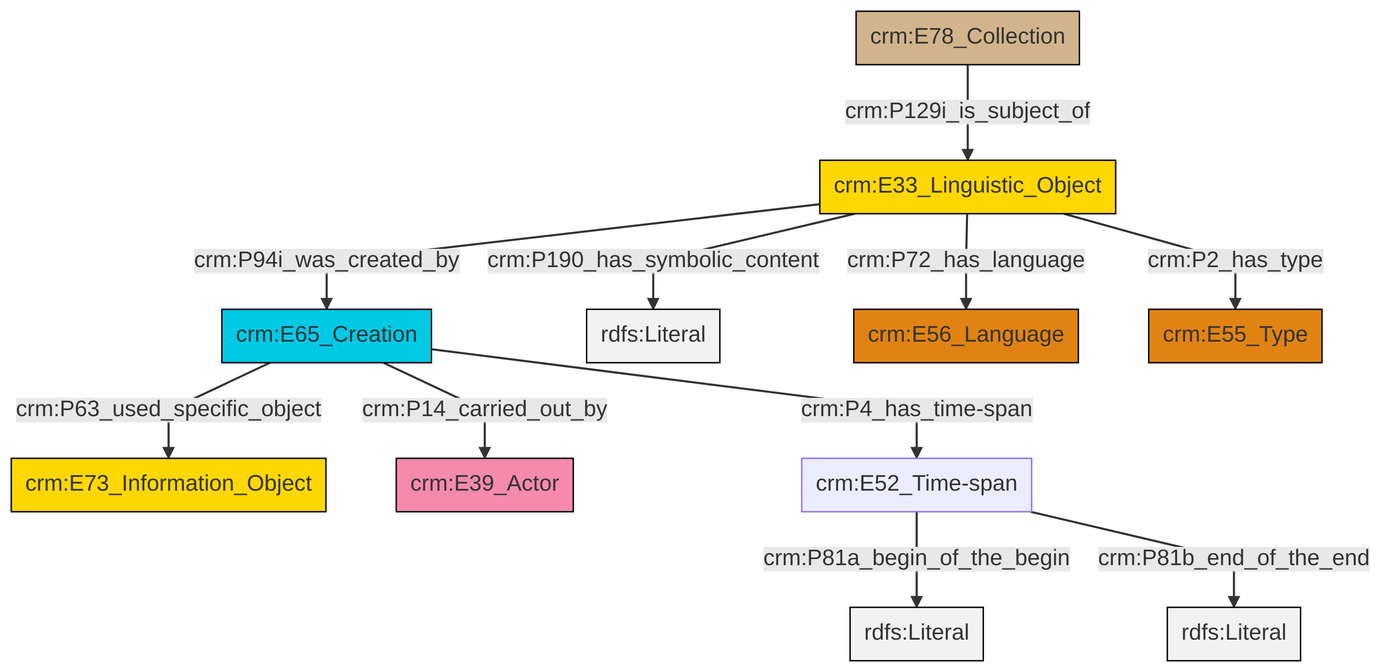
swiss-art-research-net/docs.swissartresearch keeps this Mermaid diagram as et/archivalCSV/ttl/mmd/png/archival_desc.png. Above is the earlier version. Its source is kept beside it as et/archivalCSV/ttl/mmd/archival_desc.ttl.mmd.
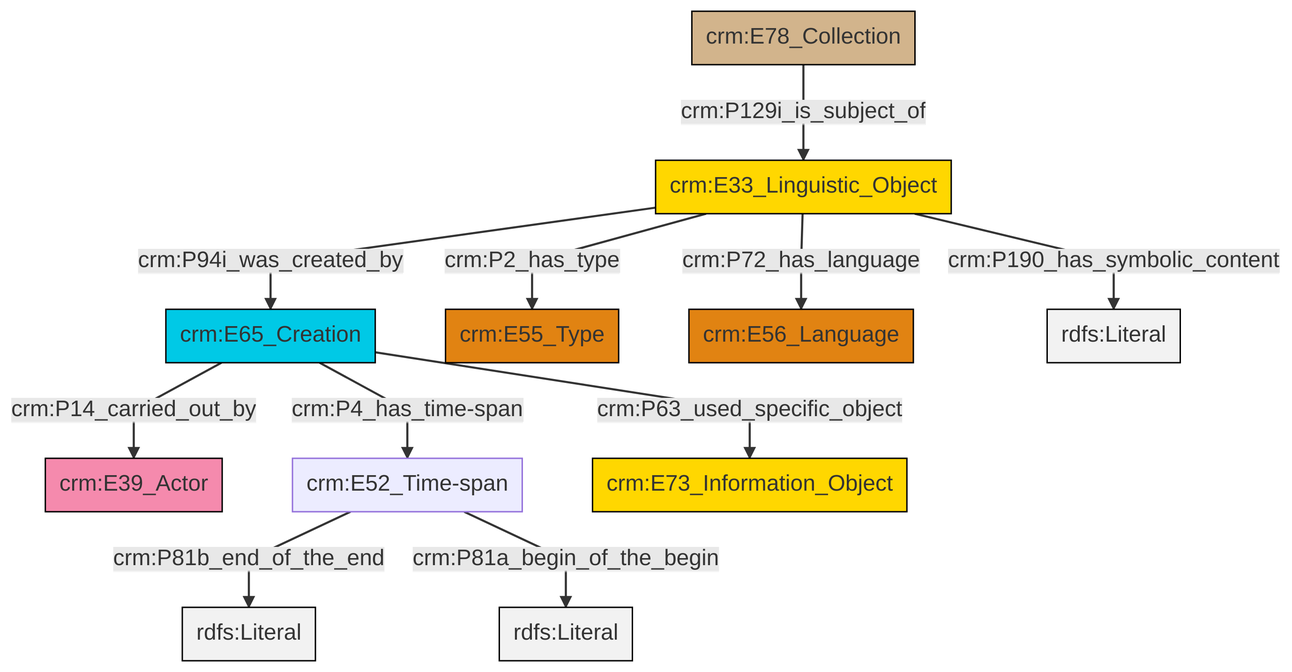
Later version of the same file.

What changed in the source:
```diff
@@ -13,13 +13,13 @@
 classDef PC_Classes fill:#4ce600, stroke:#000000;
 classDef Multi fill:#cccccc,stroke:#000000;
 
-0["crm:E65_Creation"]:::Temporal_Entity -->|crm:P63_used_specific_object| 1["crm:E73_Information_Object"]:::Conceptual_Object
-4["crm:E33_Linguistic_Object"]:::Conceptual_Object -->|crm:P190_has_symbolic_content| 5[rdfs:Literal]:::Literal
-7["crm:E52_Time-span"]:::Default -->|crm:P81a_begin_of_the_begin| 8[rdfs:Literal]:::Literal
-4["crm:E33_Linguistic_Object"]:::Conceptual_Object -->|crm:P72_has_language| 9["crm:E56_Language"]:::Type
-4["crm:E33_Linguistic_Object"]:::Conceptual_Object -->|crm:P94i_was_created_by| 0["crm:E65_Creation"]:::Temporal_Entity
-4["crm:E33_Linguistic_Object"]:::Conceptual_Object -->|crm:P2_has_type| 11["crm:E55_Type"]:::Type
-7["crm:E52_Time-span"]:::Default -->|crm:P81b_end_of_the_end| 13[rdfs:Literal]:::Literal
-14["crm:E78_Collection"]:::Physical_Thing -->|crm:P129i_is_subject_of| 4["crm:E33_Linguistic_Object"]:::Conceptual_Object
-0["crm:E65_Creation"]:::Temporal_Entity -->|crm:P4_has_time-span| 7["crm:E52_Time-span"]:::Default
-0["crm:E65_Creation"]:::Temporal_Entity -->|crm:P14_carried_out_by| 2["crm:E39_Actor"]:::Actor
+0["crm:E65_Creation"]:::Temporal_Entity -->|crm:P14_carried_out_by| 4["crm:E39_Actor"]:::Actor
+0["crm:E65_Creation"]:::Temporal_Entity -->|crm:P4_has_time-span| 5["crm:E52_Time-span"]:::Default
+0["crm:E65_Creation"]:::Temporal_Entity -->|crm:P63_used_specific_object| 8["crm:E73_Information_Object"]:::Conceptual_Object
+9["crm:E33_Linguistic_Object"]:::Conceptual_Object -->|crm:P94i_was_created_by| 0["crm:E65_Creation"]:::Temporal_Entity
+9["crm:E33_Linguistic_Object"]:::Conceptual_Object -->|crm:P2_has_type| 10["crm:E55_Type"]:::Type
+9["crm:E33_Linguistic_Object"]:::Conceptual_Object -->|crm:P190_has_symbolic_content| 15[rdfs:Literal]:::Literal
+9["crm:E33_Linguistic_Object"]:::Conceptual_Object -->|crm:P72_has_language| 12["crm:E56_Language"]:::Type
+2["crm:E78_Collection"]:::Physical_Thing -->|crm:P129i_is_subject_of| 9["crm:E33_Linguistic_Object"]:::Conceptual_Object
+5["crm:E52_Time-span"]:::Default -->|crm:P81b_end_of_the_end| 17[rdfs:Literal]:::Literal
+5["crm:E52_Time-span"]:::Default -->|crm:P81a_begin_of_the_begin| 18[rdfs:Literal]:::Literal
```
